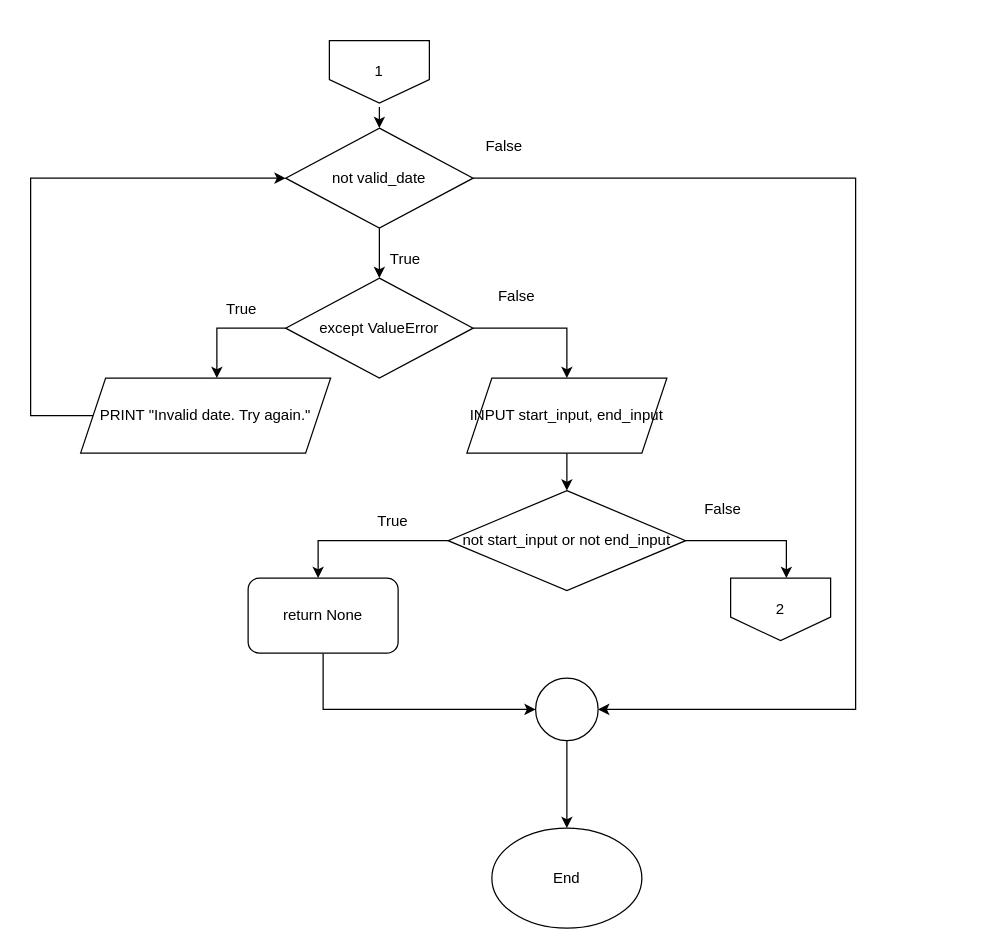
zyyappp/travel-reservation-system keeps this draw.io diagram as page "select_attraction_dates() - Loop" (4 of 16) of flowcharts/attractions.drawio. Above is the earlier version. Source tidied: cells renumbered, new cells numbered last; positions are measured from the earlier drawing's top-left corner, leaving out a move shared by most shapes. Both pictures are drawn from the tidied source at 125%, with x=0, y=0 at pixel (30, 40).
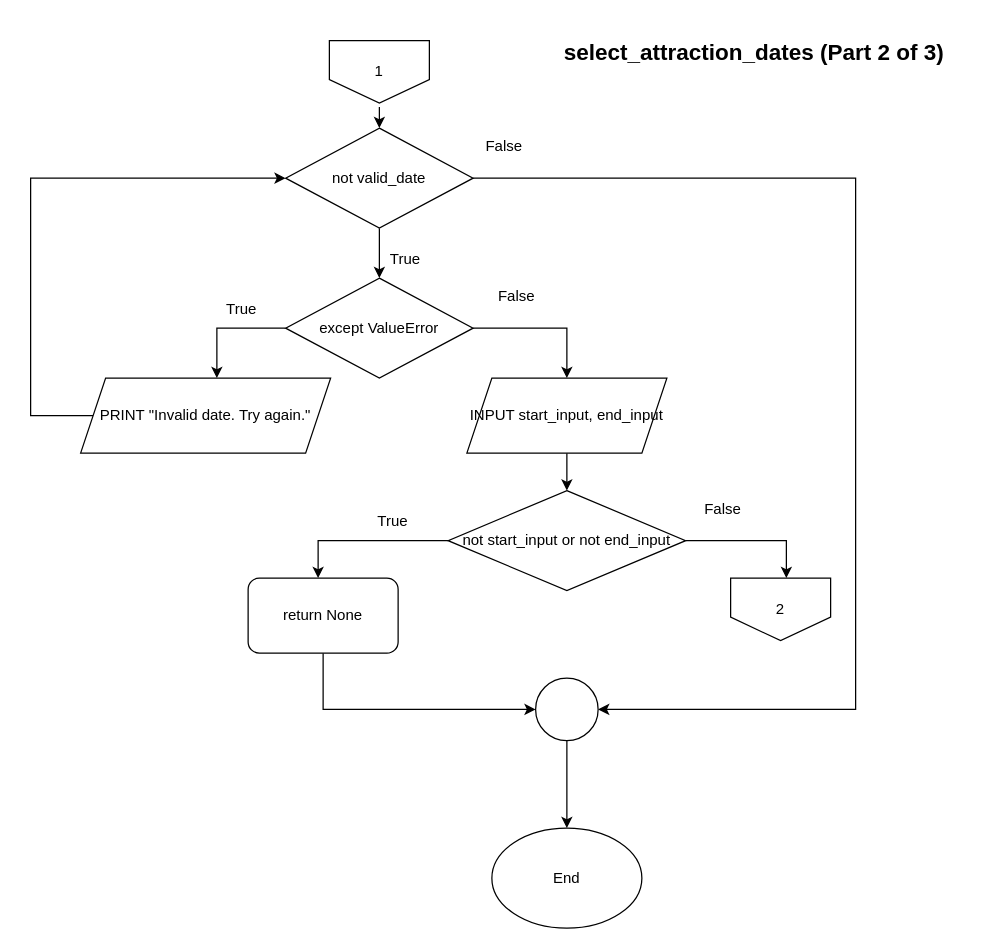
After the change.

Commit message (it also covers changes not shown here):
payment part 1

What changed in the source:
```diff
@@
+    <mxCell id="29" style="text;html=1;whiteSpace=wrap;strokeColor=none;fillColor=none;align=center;verticalAlign=middle;rounded=0;" parent="1" vertex="1">
+      <mxGeometry x="430" y="-15" width="320" height="50" as="geometry" />
+    </mxCell>
+    <mxCell id="30" value="&lt;font style=&quot;font-size: 18px;&quot;&gt;&lt;b&gt;select_attraction_dates (Part 2 of 3)&lt;/b&gt;&lt;/font&gt;" style="text;html=1;whiteSpace=wrap;strokeColor=none;fillColor=none;align=center;verticalAlign=middle;rounded=0;" parent="1" vertex="1">
+      <mxGeometry x="419" y="-15" width="320" height="50" as="geometry" />
+    </mxCell>
```
